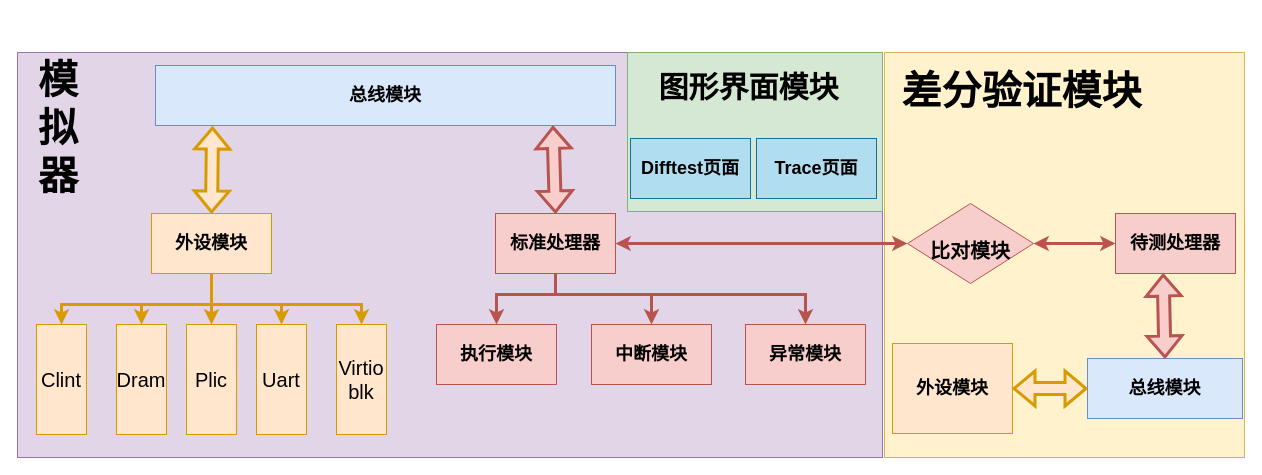
Above: page "总体架构" (2 of 7) of doc/architecture.drawio in Clo91eaf/hemu (draw.io), before the change. Source tidied: cells renumbered, new cells numbered last; positions are measured from the earlier drawing's top-left corner, leaving out a move shared by most shapes. Both pictures are drawn from the tidied source at 100%, with x=0, y=0 at pixel (17, 17).
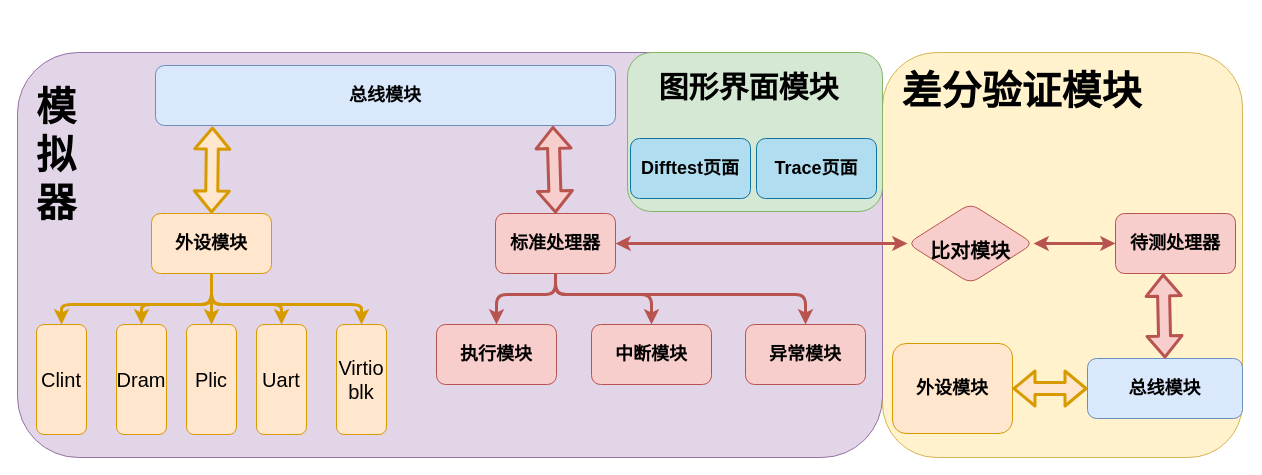
The same diagram, later.

The edit, as a diff of the source:
```diff
@@
-    <mxCell id="2" style="whiteSpace=wrap;html=1;fontSize=20;fillColor=#fff2cc;strokeColor=#d6b656;rounded=0;" parent="1" vertex="1">
-      <mxGeometry x="867" y="35" width="360" height="405" as="geometry" />
+    <mxCell id="2" style="whiteSpace=wrap;html=1;fontSize=20;fillColor=#fff2cc;strokeColor=#d6b656;rounded=1;" parent="1" vertex="1">
+      <mxGeometry x="865" y="35" width="360" height="405" as="geometry" />
     </mxCell>
-    <mxCell id="3" style="whiteSpace=wrap;html=1;fillColor=#e1d5e7;strokeColor=#9673a6;rounded=0;" parent="1" vertex="1">
+    <mxCell id="3" style="whiteSpace=wrap;html=1;fillColor=#e1d5e7;strokeColor=#9673a6;rounded=1;" parent="1" vertex="1">
       <mxGeometry y="35" width="865" height="405" as="geometry" />
     </mxCell>
-    <mxCell id="4" style="edgeStyle=none;html=1;fontSize=18;startArrow=classic;startFill=1;entryX=0;entryY=0.5;entryDx=0;entryDy=0;rounded=0;fillColor=#f8cecc;strokeColor=#b85450;exitX=1;exitY=0.5;exitDx=0;exitDy=0;strokeWidth=3;" parent="1" edge="1" source="30" target="25">
+    <mxCell id="4" style="edgeStyle=none;html=1;fontSize=18;startArrow=classic;startFill=1;entryX=0;entryY=0.5;entryDx=0;entryDy=0;rounded=1;fillColor=#f8cecc;strokeColor=#b85450;exitX=1;exitY=0.5;exitDx=0;exitDy=0;strokeWidth=3;" parent="1" edge="1" source="30" target="25">
       <mxGeometry relative="1" as="geometry" />
     </mxCell>
-    <mxCell id="5" style="edgeStyle=none;html=1;fontSize=18;startArrow=none;startFill=0;entryX=0.5;entryY=0;entryDx=0;entryDy=0;rounded=0;exitX=0.5;exitY=1;exitDx=0;exitDy=0;fillColor=#f8cecc;strokeColor=#b85450;strokeWidth=3;" parent="1" edge="1" source="6" target="13">
+    <mxCell id="5" style="edgeStyle=none;html=1;fontSize=18;startArrow=none;startFill=0;entryX=0.5;entryY=0;entryDx=0;entryDy=0;rounded=1;exitX=0.5;exitY=1;exitDx=0;exitDy=0;fillColor=#f8cecc;strokeColor=#b85450;strokeWidth=3;" parent="1" edge="1" source="6" target="13">
       <mxGeometry relative="1" as="geometry">
         <Array as="points">
           <mxPoint x="538" y="277" />
           <mxPoint x="479" y="277" />
         </Array>
       </mxGeometry>
     </mxCell>
-    <mxCell id="6" value="&lt;h2&gt;标准处理器&lt;/h2&gt;" style="whiteSpace=wrap;html=1;rounded=0;fillColor=#f8cecc;strokeColor=#b85450;" parent="1" vertex="1">
+    <mxCell id="6" value="&lt;h2&gt;标准处理器&lt;/h2&gt;" style="whiteSpace=wrap;html=1;rounded=1;fillColor=#f8cecc;strokeColor=#b85450;" parent="1" vertex="1">
       <mxGeometry x="478" y="196" width="120" height="60" as="geometry" />
     </mxCell>
-    <mxCell id="7" style="edgeStyle=none;html=1;fontSize=18;startArrow=none;startFill=0;entryX=0.5;entryY=0;entryDx=0;entryDy=0;exitX=0.5;exitY=1;exitDx=0;exitDy=0;rounded=0;fillColor=#ffe6cc;strokeColor=#d79b00;strokeWidth=3;" parent="1" edge="1" source="8" target="16">
+    <mxCell id="7" style="edgeStyle=none;html=1;fontSize=18;startArrow=none;startFill=0;entryX=0.5;entryY=0;entryDx=0;entryDy=0;exitX=0.5;exitY=1;exitDx=0;exitDy=0;rounded=1;fillColor=#ffe6cc;strokeColor=#d79b00;strokeWidth=3;" parent="1" edge="1" source="8" target="16">
       <mxGeometry relative="1" as="geometry">
         <Array as="points">
           <mxPoint x="194" y="287" />
           <mxPoint x="44" y="287" />
         </Array>
       </mxGeometry>
     </mxCell>
-    <mxCell id="8" value="&lt;h2&gt;外设模块&lt;/h2&gt;" style="whiteSpace=wrap;html=1;rounded=0;fillColor=#ffe6cc;strokeColor=#d79b00;" parent="1" vertex="1">
+    <mxCell id="8" value="&lt;h2&gt;外设模块&lt;/h2&gt;" style="whiteSpace=wrap;html=1;rounded=1;fillColor=#ffe6cc;strokeColor=#d79b00;" parent="1" vertex="1">
       <mxGeometry x="134" y="196" width="120" height="60" as="geometry" />
     </mxCell>
-    <mxCell id="9" value="&lt;h2&gt;&lt;br&gt;&lt;/h2&gt;" style="whiteSpace=wrap;html=1;rounded=0;fillColor=#d5e8d4;strokeColor=#82b366;" parent="1" vertex="1">
+    <mxCell id="9" value="&lt;h2&gt;&lt;br&gt;&lt;/h2&gt;" style="whiteSpace=wrap;html=1;rounded=1;fillColor=#d5e8d4;strokeColor=#82b366;" parent="1" vertex="1">
       <mxGeometry x="610" y="35" width="255" height="159" as="geometry" />
     </mxCell>
-    <mxCell id="10" value="&lt;h2&gt;总线模块&lt;/h2&gt;" style="whiteSpace=wrap;html=1;rounded=0;fillColor=#dae8fc;strokeColor=#6c8ebf;" parent="1" vertex="1">
+    <mxCell id="10" value="&lt;h2&gt;总线模块&lt;/h2&gt;" style="whiteSpace=wrap;html=1;rounded=1;fillColor=#dae8fc;strokeColor=#6c8ebf;" parent="1" vertex="1">
       <mxGeometry x="138" y="48" width="460" height="60" as="geometry" />
     </mxCell>
-    <mxCell id="11" value="&lt;h2&gt;中断模块&lt;/h2&gt;" style="whiteSpace=wrap;html=1;rounded=0;fillColor=#f8cecc;strokeColor=#b85450;" parent="1" vertex="1">
+    <mxCell id="11" value="&lt;h2&gt;中断模块&lt;/h2&gt;" style="whiteSpace=wrap;html=1;rounded=1;fillColor=#f8cecc;strokeColor=#b85450;" parent="1" vertex="1">
       <mxGeometry x="574" y="307" width="120" height="60" as="geometry" />
     </mxCell>
-    <mxCell id="12" value="&lt;h2&gt;异常模块&lt;/h2&gt;" style="whiteSpace=wrap;html=1;rounded=0;fillColor=#f8cecc;strokeColor=#b85450;" parent="1" vertex="1">
+    <mxCell id="12" value="&lt;h2&gt;异常模块&lt;/h2&gt;" style="whiteSpace=wrap;html=1;rounded=1;fillColor=#f8cecc;strokeColor=#b85450;" parent="1" vertex="1">
       <mxGeometry x="728" y="307" width="120" height="60" as="geometry" />
     </mxCell>
-    <mxCell id="13" value="&lt;h2&gt;执行模块&lt;/h2&gt;" style="whiteSpace=wrap;html=1;rounded=0;fillColor=#f8cecc;strokeColor=#b85450;" parent="1" vertex="1">
+    <mxCell id="13" value="&lt;h2&gt;执行模块&lt;/h2&gt;" style="whiteSpace=wrap;html=1;rounded=1;fillColor=#f8cecc;strokeColor=#b85450;" parent="1" vertex="1">
       <mxGeometry x="419" y="307" width="120" height="60" as="geometry" />
     </mxCell>
-    <mxCell id="14" style="edgeStyle=none;html=1;fontSize=18;startArrow=none;startFill=0;entryX=0.5;entryY=0;entryDx=0;entryDy=0;exitX=0.5;exitY=1;exitDx=0;exitDy=0;rounded=0;fillColor=#f8cecc;strokeColor=#b85450;strokeWidth=3;" parent="1" edge="1" source="6" target="12">
+    <mxCell id="14" style="edgeStyle=none;html=1;fontSize=18;startArrow=none;startFill=0;entryX=0.5;entryY=0;entryDx=0;entryDy=0;exitX=0.5;exitY=1;exitDx=0;exitDy=0;rounded=1;fillColor=#f8cecc;strokeColor=#b85450;strokeWidth=3;" parent="1" edge="1" source="6" target="12">
       <mxGeometry relative="1" as="geometry">
         <Array as="points">
           <mxPoint x="538" y="277" />
           <mxPoint x="788" y="277" />
         </Array>
       </mxGeometry>
     </mxCell>
-    <mxCell id="15" style="edgeStyle=none;html=1;fontSize=18;startArrow=none;startFill=0;entryX=0.5;entryY=0;entryDx=0;entryDy=0;exitX=0.5;exitY=1;exitDx=0;exitDy=0;rounded=0;fillColor=#f8cecc;strokeColor=#b85450;strokeWidth=3;" parent="1" edge="1" source="6" target="11">
+    <mxCell id="15" style="edgeStyle=none;html=1;fontSize=18;startArrow=none;startFill=0;entryX=0.5;entryY=0;entryDx=0;entryDy=0;exitX=0.5;exitY=1;exitDx=0;exitDy=0;rounded=1;fillColor=#f8cecc;strokeColor=#b85450;strokeWidth=3;" parent="1" edge="1" source="6" target="11">
       <mxGeometry relative="1" as="geometry">
         <Array as="points">
           <mxPoint x="538" y="277" />
           <mxPoint x="634" y="277" />
         </Array>
       </mxGeometry>
     </mxCell>
-    <mxCell id="16" value="&lt;font style=&quot;font-size: 20px;&quot;&gt;Clint&lt;/font&gt;" style="whiteSpace=wrap;html=1;rounded=0;horizontal=1;verticalAlign=middle;fillColor=#ffe6cc;strokeColor=#d79b00;" parent="1" vertex="1">
+    <mxCell id="16" value="&lt;font style=&quot;font-size: 20px;&quot;&gt;Clint&lt;/font&gt;" style="whiteSpace=wrap;html=1;rounded=1;horizontal=1;verticalAlign=middle;fillColor=#ffe6cc;strokeColor=#d79b00;" parent="1" vertex="1">
       <mxGeometry x="19" y="307" width="50" height="110" as="geometry" />
     </mxCell>
-    <mxCell id="17" value="&lt;font style=&quot;font-size: 20px;&quot;&gt;Dram&lt;/font&gt;" style="whiteSpace=wrap;html=1;rounded=0;horizontal=1;verticalAlign=middle;fillColor=#ffe6cc;strokeColor=#d79b00;" parent="1" vertex="1">
+    <mxCell id="17" value="&lt;font style=&quot;font-size: 20px;&quot;&gt;Dram&lt;/font&gt;" style="whiteSpace=wrap;html=1;rounded=1;horizontal=1;verticalAlign=middle;fillColor=#ffe6cc;strokeColor=#d79b00;" parent="1" vertex="1">
       <mxGeometry x="99" y="307" width="50" height="110" as="geometry" />
     </mxCell>
-    <mxCell id="18" value="&lt;span style=&quot;font-size: 20px;&quot;&gt;Plic&lt;/span&gt;" style="whiteSpace=wrap;html=1;rounded=0;horizontal=1;verticalAlign=middle;fillColor=#ffe6cc;strokeColor=#d79b00;" parent="1" vertex="1">
+    <mxCell id="18" value="&lt;span style=&quot;font-size: 20px;&quot;&gt;Plic&lt;/span&gt;" style="whiteSpace=wrap;html=1;rounded=1;horizontal=1;verticalAlign=middle;fillColor=#ffe6cc;strokeColor=#d79b00;" parent="1" vertex="1">
       <mxGeometry x="169" y="307" width="50" height="110" as="geometry" />
     </mxCell>
-    <mxCell id="19" value="&lt;span style=&quot;font-size: 20px;&quot;&gt;Uart&lt;/span&gt;" style="whiteSpace=wrap;html=1;rounded=0;horizontal=1;verticalAlign=middle;fillColor=#ffe6cc;strokeColor=#d79b00;" parent="1" vertex="1">
+    <mxCell id="19" value="&lt;span style=&quot;font-size: 20px;&quot;&gt;Uart&lt;/span&gt;" style="whiteSpace=wrap;html=1;rounded=1;horizontal=1;verticalAlign=middle;fillColor=#ffe6cc;strokeColor=#d79b00;" parent="1" vertex="1">
       <mxGeometry x="239" y="307" width="50" height="110" as="geometry" />
     </mxCell>
-    <mxCell id="20" value="&lt;span style=&quot;font-size: 20px;&quot;&gt;Virtio&lt;br&gt;blk&lt;/span&gt;" style="html=1;rounded=0;whiteSpace=wrap;horizontal=1;verticalAlign=middle;fillColor=#ffe6cc;strokeColor=#d79b00;" parent="1" vertex="1">
+    <mxCell id="20" value="&lt;span style=&quot;font-size: 20px;&quot;&gt;Virtio&lt;br&gt;blk&lt;/span&gt;" style="html=1;rounded=1;whiteSpace=wrap;horizontal=1;verticalAlign=middle;fillColor=#ffe6cc;strokeColor=#d79b00;" parent="1" vertex="1">
       <mxGeometry x="319" y="307" width="50" height="110" as="geometry" />
     </mxCell>
-    <mxCell id="21" style="edgeStyle=none;html=1;fontSize=18;startArrow=none;startFill=0;entryX=0.5;entryY=0;entryDx=0;entryDy=0;exitX=0.5;exitY=1;exitDx=0;exitDy=0;rounded=0;fillColor=#ffe6cc;strokeColor=#d79b00;strokeWidth=3;" parent="1" edge="1" source="8" target="17">
+    <mxCell id="21" style="edgeStyle=none;html=1;fontSize=18;startArrow=none;startFill=0;entryX=0.5;entryY=0;entryDx=0;entryDy=0;exitX=0.5;exitY=1;exitDx=0;exitDy=0;rounded=1;fillColor=#ffe6cc;strokeColor=#d79b00;strokeWidth=3;" parent="1" edge="1" source="8" target="17">
       <mxGeometry relative="1" as="geometry">
         <Array as="points">
           <mxPoint x="194" y="287" />
           <mxPoint x="124" y="287" />
         </Array>
       </mxGeometry>
     </mxCell>
-    <mxCell id="22" style="edgeStyle=none;html=1;fontSize=18;startArrow=none;startFill=0;entryX=0.5;entryY=0;entryDx=0;entryDy=0;exitX=0.5;exitY=1;exitDx=0;exitDy=0;rounded=0;fillColor=#ffe6cc;strokeColor=#d79b00;strokeWidth=3;" parent="1" edge="1" source="8" target="18">
+    <mxCell id="22" style="edgeStyle=none;html=1;fontSize=18;startArrow=none;startFill=0;entryX=0.5;entryY=0;entryDx=0;entryDy=0;exitX=0.5;exitY=1;exitDx=0;exitDy=0;rounded=1;fillColor=#ffe6cc;strokeColor=#d79b00;strokeWidth=3;" parent="1" edge="1" source="8" target="18">
       <mxGeometry relative="1" as="geometry">
         <Array as="points">
           <mxPoint x="194" y="287" />
         </Array>
       </mxGeometry>
     </mxCell>
-    <mxCell id="23" style="edgeStyle=none;html=1;fontSize=18;startArrow=none;startFill=0;entryX=0.5;entryY=0;entryDx=0;entryDy=0;exitX=0.5;exitY=1;exitDx=0;exitDy=0;rounded=0;fillColor=#ffe6cc;strokeColor=#d79b00;strokeWidth=3;" parent="1" edge="1" source="8" target="19">
+    <mxCell id="23" style="edgeStyle=none;html=1;fontSize=18;startArrow=none;startFill=0;entryX=0.5;entryY=0;entryDx=0;entryDy=0;exitX=0.5;exitY=1;exitDx=0;exitDy=0;rounded=1;fillColor=#ffe6cc;strokeColor=#d79b00;strokeWidth=3;" parent="1" edge="1" source="8" target="19">
       <mxGeometry relative="1" as="geometry">
         <Array as="points">
           <mxPoint x="194" y="287" />
           <mxPoint x="264" y="287" />
         </Array>
       </mxGeometry>
     </mxCell>
-    <mxCell id="24" style="edgeStyle=none;html=1;fontSize=18;startArrow=none;startFill=0;entryX=0.5;entryY=0;entryDx=0;entryDy=0;exitX=0.5;exitY=1;exitDx=0;exitDy=0;rounded=0;fillColor=#ffe6cc;strokeColor=#d79b00;strokeWidth=3;" parent="1" edge="1" source="8" target="20">
+    <mxCell id="24" style="edgeStyle=none;html=1;fontSize=18;startArrow=none;startFill=0;entryX=0.5;entryY=0;entryDx=0;entryDy=0;exitX=0.5;exitY=1;exitDx=0;exitDy=0;rounded=1;fillColor=#ffe6cc;strokeColor=#d79b00;strokeWidth=3;" parent="1" edge="1" source="8" target="20">
       <mxGeometry relative="1" as="geometry">
         <Array as="points">
           <mxPoint x="194" y="287" />
           <mxPoint x="344" y="287" />
         </Array>
       </mxGeometry>
     </mxCell>
-    <mxCell id="25" value="&lt;h2&gt;待测处理器&lt;/h2&gt;" style="whiteSpace=wrap;html=1;rounded=0;fillColor=#f8cecc;strokeColor=#b85450;" parent="1" vertex="1">
+    <mxCell id="25" value="&lt;h2&gt;待测处理器&lt;/h2&gt;" style="whiteSpace=wrap;html=1;rounded=1;fillColor=#f8cecc;strokeColor=#b85450;" parent="1" vertex="1">
       <mxGeometry x="1098" y="196" width="120" height="60" as="geometry" />
     </mxCell>
-    <mxCell id="26" style="edgeStyle=none;jettySize=auto;html=1;entryX=0.5;entryY=0;entryDx=0;entryDy=0;exitX=0.124;exitY=1.017;exitDx=0;exitDy=0;exitPerimeter=0;strokeWidth=3;shape=flexArrow;startArrow=block;fillColor=#ffe6cc;strokeColor=#d79b00;rounded=0;" parent="1" edge="1" source="10" target="8">
+    <mxCell id="26" style="edgeStyle=none;jettySize=auto;html=1;entryX=0.5;entryY=0;entryDx=0;entryDy=0;exitX=0.124;exitY=1.017;exitDx=0;exitDy=0;exitPerimeter=0;strokeWidth=3;shape=flexArrow;startArrow=block;fillColor=#ffe6cc;strokeColor=#d79b00;rounded=1;" parent="1" edge="1" source="10" target="8">
       <mxGeometry relative="1" as="geometry" />
     </mxCell>
-    <mxCell id="27" style="edgeStyle=none;jettySize=auto;html=1;entryX=0.5;entryY=0;entryDx=0;entryDy=0;exitX=0.864;exitY=1.007;exitDx=0;exitDy=0;exitPerimeter=0;strokeWidth=3;shape=flexArrow;startArrow=block;fillColor=#f8cecc;strokeColor=#b85450;rounded=0;" parent="1" edge="1" source="10" target="6">
+    <mxCell id="27" style="edgeStyle=none;jettySize=auto;html=1;entryX=0.5;entryY=0;entryDx=0;entryDy=0;exitX=0.864;exitY=1.007;exitDx=0;exitDy=0;exitPerimeter=0;strokeWidth=3;shape=flexArrow;startArrow=block;fillColor=#f8cecc;strokeColor=#b85450;rounded=1;" parent="1" edge="1" source="10" target="6">
       <mxGeometry relative="1" as="geometry" />
     </mxCell>
-    <mxCell id="28" value="&lt;font style=&quot;font-size: 40px;&quot;&gt;模拟器&lt;/font&gt;" style="text;strokeColor=none;align=center;fillColor=none;html=1;verticalAlign=middle;whiteSpace=wrap;rounded=0;fontStyle=1;" parent="1" vertex="1">
-      <mxGeometry x="2" y="37" width="78" height="146" as="geometry" />
+    <mxCell id="28" value="&lt;font style=&quot;font-size: 40px;&quot;&gt;模拟器&lt;/font&gt;" style="text;strokeColor=none;align=center;fillColor=none;html=1;verticalAlign=middle;whiteSpace=wrap;rounded=1;fontStyle=1;" parent="1" vertex="1">
+      <mxGeometry y="64" width="78" height="146" as="geometry" />
     </mxCell>
-    <mxCell id="29" style="edgeStyle=none;html=1;fontSize=18;startArrow=classic;startFill=1;entryX=0;entryY=0.5;entryDx=0;entryDy=0;rounded=0;fillColor=#f8cecc;strokeColor=#b85450;exitX=1;exitY=0.5;exitDx=0;exitDy=0;endArrow=classic;endFill=1;strokeWidth=3;" parent="1" edge="1" source="6" target="30">
+    <mxCell id="29" style="edgeStyle=none;html=1;fontSize=18;startArrow=classic;startFill=1;entryX=0;entryY=0.5;entryDx=0;entryDy=0;rounded=1;fillColor=#f8cecc;strokeColor=#b85450;exitX=1;exitY=0.5;exitDx=0;exitDy=0;endArrow=classic;endFill=1;strokeWidth=3;" parent="1" edge="1" source="6" target="30">
       <mxGeometry relative="1" as="geometry" />
     </mxCell>
-    <mxCell id="30" value="&lt;font size=&quot;1&quot; style=&quot;&quot;&gt;&lt;b style=&quot;font-size: 20px;&quot;&gt;比对模块&lt;/b&gt;&lt;/font&gt;" style="rhombus;whiteSpace=wrap;html=1;fontSize=40;fillColor=#f8cecc;strokeColor=#b85450;rounded=0;" parent="1" vertex="1">
+    <mxCell id="30" value="&lt;font size=&quot;1&quot; style=&quot;&quot;&gt;&lt;b style=&quot;font-size: 20px;&quot;&gt;比对模块&lt;/b&gt;&lt;/font&gt;" style="rhombus;whiteSpace=wrap;html=1;fontSize=40;fillColor=#f8cecc;strokeColor=#b85450;rounded=1;" parent="1" vertex="1">
       <mxGeometry x="890" y="186" width="126" height="80" as="geometry" />
     </mxCell>
-    <mxCell id="31" value="&lt;font style=&quot;font-size: 40px;&quot;&gt;差分验证模块&lt;/font&gt;" style="text;strokeColor=none;align=center;fillColor=none;html=1;verticalAlign=middle;whiteSpace=wrap;rounded=0;fontStyle=1;" parent="1" vertex="1">
+    <mxCell id="31" value="&lt;font style=&quot;font-size: 40px;&quot;&gt;差分验证模块&lt;/font&gt;" style="text;strokeColor=none;align=center;fillColor=none;html=1;verticalAlign=middle;whiteSpace=wrap;rounded=1;fontStyle=1;" parent="1" vertex="1">
       <mxGeometry x="865" width="279" height="146" as="geometry" />
     </mxCell>
-    <mxCell id="32" value="&lt;font style=&quot;font-size: 30px;&quot;&gt;图形界面模块&lt;/font&gt;" style="text;strokeColor=none;align=center;fillColor=none;html=1;verticalAlign=middle;whiteSpace=wrap;rounded=0;fontStyle=1;" parent="1" vertex="1">
+    <mxCell id="32" value="&lt;font style=&quot;font-size: 30px;&quot;&gt;图形界面模块&lt;/font&gt;" style="text;strokeColor=none;align=center;fillColor=none;html=1;verticalAlign=middle;whiteSpace=wrap;rounded=1;fontStyle=1;" parent="1" vertex="1">
       <mxGeometry x="634" y="23" width="195" height="93" as="geometry" />
     </mxCell>
-    <mxCell id="33" value="&lt;h2&gt;Difftest页面&lt;/h2&gt;" style="whiteSpace=wrap;html=1;rounded=0;fillColor=#b1ddf0;strokeColor=#10739e;" parent="1" vertex="1">
+    <mxCell id="33" value="&lt;h2&gt;Difftest页面&lt;/h2&gt;" style="whiteSpace=wrap;html=1;rounded=1;fillColor=#b1ddf0;strokeColor=#10739e;" parent="1" vertex="1">
       <mxGeometry x="613" y="121" width="120" height="60" as="geometry" />
     </mxCell>
-    <mxCell id="34" value="&lt;h2&gt;Trace页面&lt;/h2&gt;" style="whiteSpace=wrap;html=1;rounded=0;fillColor=#b1ddf0;strokeColor=#10739e;" parent="1" vertex="1">
+    <mxCell id="34" value="&lt;h2&gt;Trace页面&lt;/h2&gt;" style="whiteSpace=wrap;html=1;rounded=1;fillColor=#b1ddf0;strokeColor=#10739e;" parent="1" vertex="1">
       <mxGeometry x="739" y="121" width="120" height="60" as="geometry" />
     </mxCell>
-    <mxCell id="35" value="&lt;h2&gt;总线模块&lt;/h2&gt;" style="whiteSpace=wrap;html=1;rounded=0;fillColor=#dae8fc;strokeColor=#6c8ebf;" parent="1" vertex="1">
+    <mxCell id="35" value="&lt;h2&gt;总线模块&lt;/h2&gt;" style="whiteSpace=wrap;html=1;rounded=1;fillColor=#dae8fc;strokeColor=#6c8ebf;" parent="1" vertex="1">
       <mxGeometry x="1070" y="341" width="155" height="60" as="geometry" />
     </mxCell>
-    <mxCell id="36" style="edgeStyle=none;jettySize=auto;html=1;entryX=0.5;entryY=0;entryDx=0;entryDy=0;exitX=0.397;exitY=1;exitDx=0;exitDy=0;strokeWidth=3;shape=flexArrow;startArrow=block;fillColor=#f8cecc;strokeColor=#b85450;rounded=0;exitPerimeter=0;" parent="1" edge="1" source="25" target="35">
+    <mxCell id="36" style="edgeStyle=none;jettySize=auto;html=1;entryX=0.5;entryY=0;entryDx=0;entryDy=0;exitX=0.397;exitY=1;exitDx=0;exitDy=0;strokeWidth=3;shape=flexArrow;startArrow=block;fillColor=#f8cecc;strokeColor=#b85450;rounded=1;exitPerimeter=0;" parent="1" edge="1" source="25" target="35">
       <mxGeometry relative="1" as="geometry" />
     </mxCell>
-    <mxCell id="37" value="&lt;h2&gt;外设模块&lt;/h2&gt;" style="whiteSpace=wrap;html=1;rounded=0;fillColor=#ffe6cc;strokeColor=#d79b00;" parent="1" vertex="1">
+    <mxCell id="37" value="&lt;h2&gt;外设模块&lt;/h2&gt;" style="whiteSpace=wrap;html=1;rounded=1;fillColor=#ffe6cc;strokeColor=#d79b00;" parent="1" vertex="1">
       <mxGeometry x="875" y="326" width="120" height="90" as="geometry" />
     </mxCell>
-    <mxCell id="38" style="edgeStyle=none;jettySize=auto;html=1;entryX=0;entryY=0.5;entryDx=0;entryDy=0;exitX=1;exitY=0.5;exitDx=0;exitDy=0;strokeWidth=3;shape=flexArrow;startArrow=block;fillColor=#ffe6cc;strokeColor=#d79b00;rounded=0;" parent="1" edge="1" source="37" target="35">
+    <mxCell id="38" style="edgeStyle=none;jettySize=auto;html=1;entryX=0;entryY=0.5;entryDx=0;entryDy=0;exitX=1;exitY=0.5;exitDx=0;exitDy=0;strokeWidth=3;shape=flexArrow;startArrow=block;fillColor=#ffe6cc;strokeColor=#d79b00;rounded=1;" parent="1" edge="1" source="37" target="35">
       <mxGeometry relative="1" as="geometry" />
     </mxCell>
```
